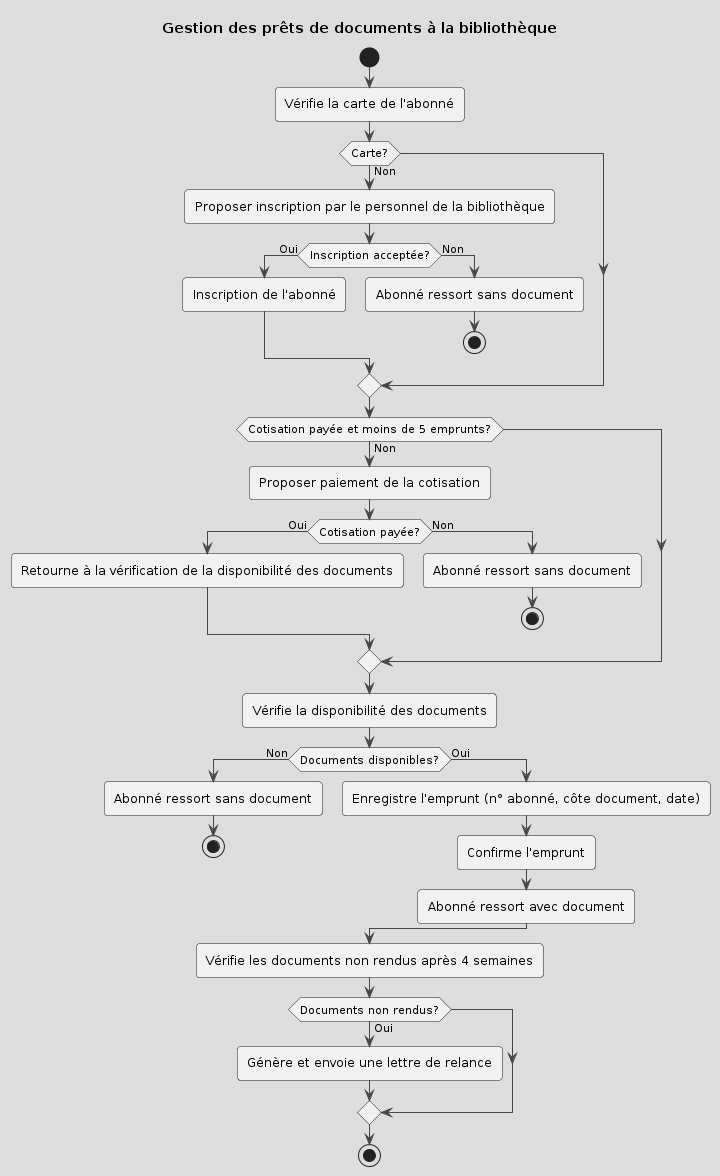
The PlantUML diagram asset/diagramme_activite.png in clemence95/CDA24178, before a commit.
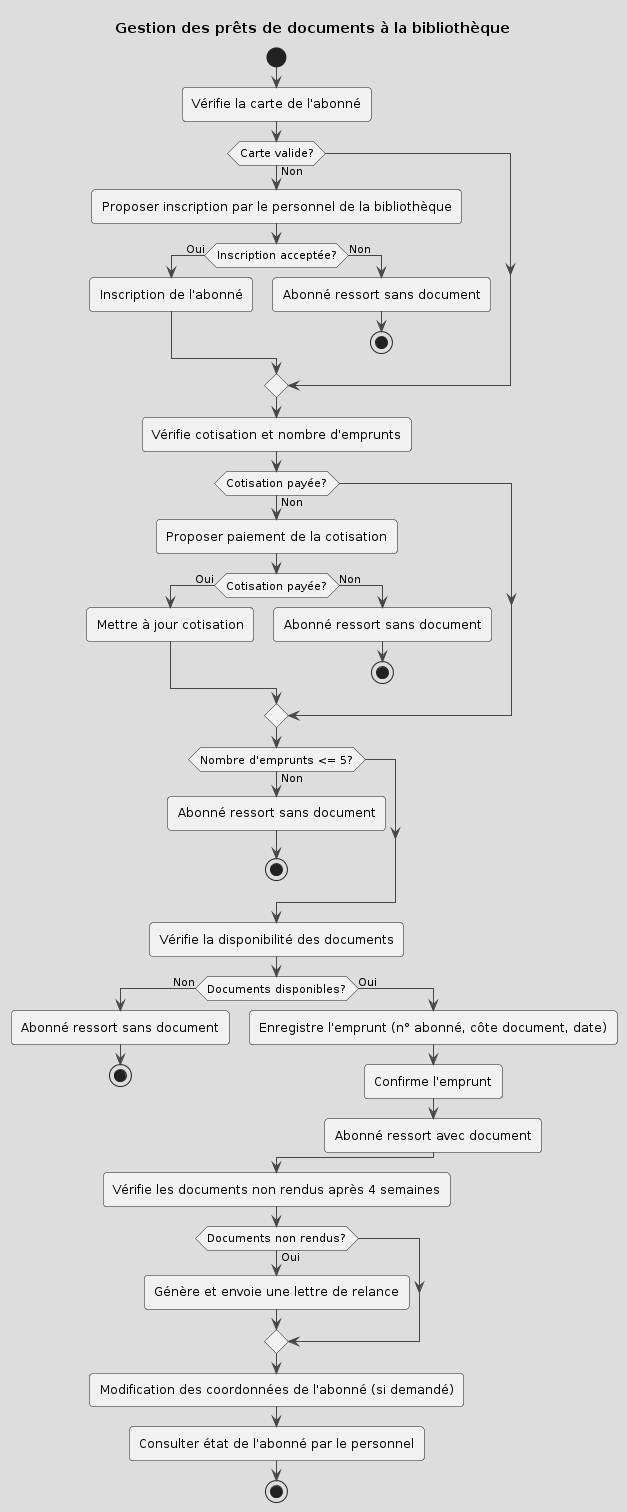
The same file after the commit.

Change to the diagram source:
```diff
@@ -6,7 +6,7 @@
 
 :Vérifie la carte de l'abonné;
 
-if (Carte?) then (Non)
+if (Carte valide?) then (Non)
     :Proposer inscription par le personnel de la bibliothèque;
     if (Inscription acceptée?) then (Oui)
         :Inscription de l'abonné;
@@ -16,14 +16,21 @@
     endif
 endif
 
-if (Cotisation payée et moins de 5 emprunts?) then (Non)
+:Vérifie cotisation et nombre d'emprunts;
+
+if (Cotisation payée?) then (Non)
     :Proposer paiement de la cotisation;
     if (Cotisation payée?) then (Oui)
-        :Retourne à la vérification de la disponibilité des documents;
+        :Mettre à jour cotisation;
     else (Non)
         :Abonné ressort sans document;
         stop
     endif
+endif
+
+if (Nombre d'emprunts <= 5?) then (Non)
+    :Abonné ressort sans document;
+    stop
 endif
 
 :Vérifie la disponibilité des documents;
@@ -42,5 +49,9 @@
     :Génère et envoie une lettre de relance;
 endif
 
+:Modification des coordonnées de l'abonné (si demandé);
+
+:Consulter état de l'abonné par le personnel;
+
 stop
 @enduml
```
